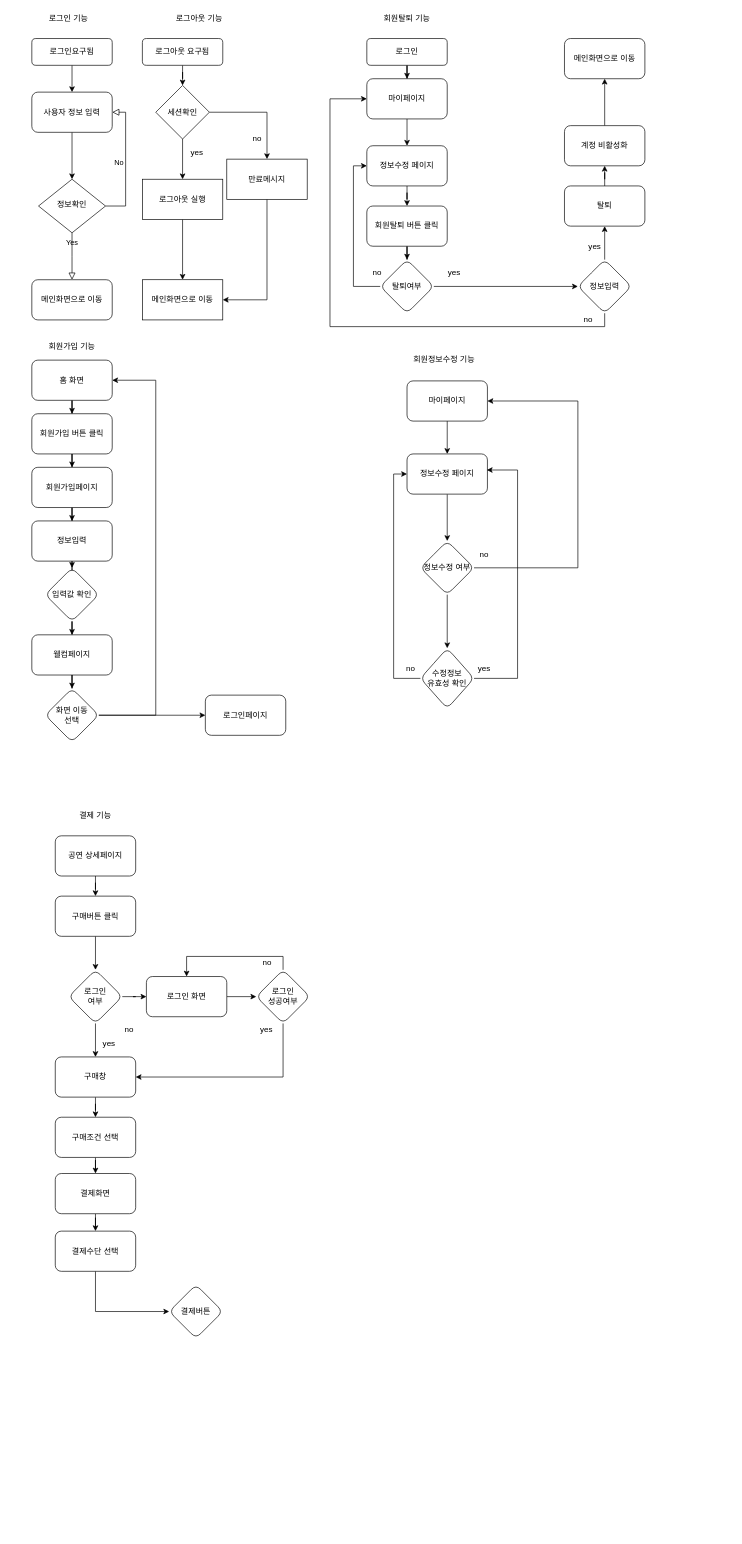
Earlier version of the draw.io diagram Untitled Diagram.drawio (dahun428/FOR2). Source tidied: cells renumbered, new cells numbered last; positions are measured from the earlier drawing's top-left corner, leaving out a move shared by most shapes. Both pictures are drawn from the tidied source at 67%, with x=0, y=0 at pixel (11, 11).
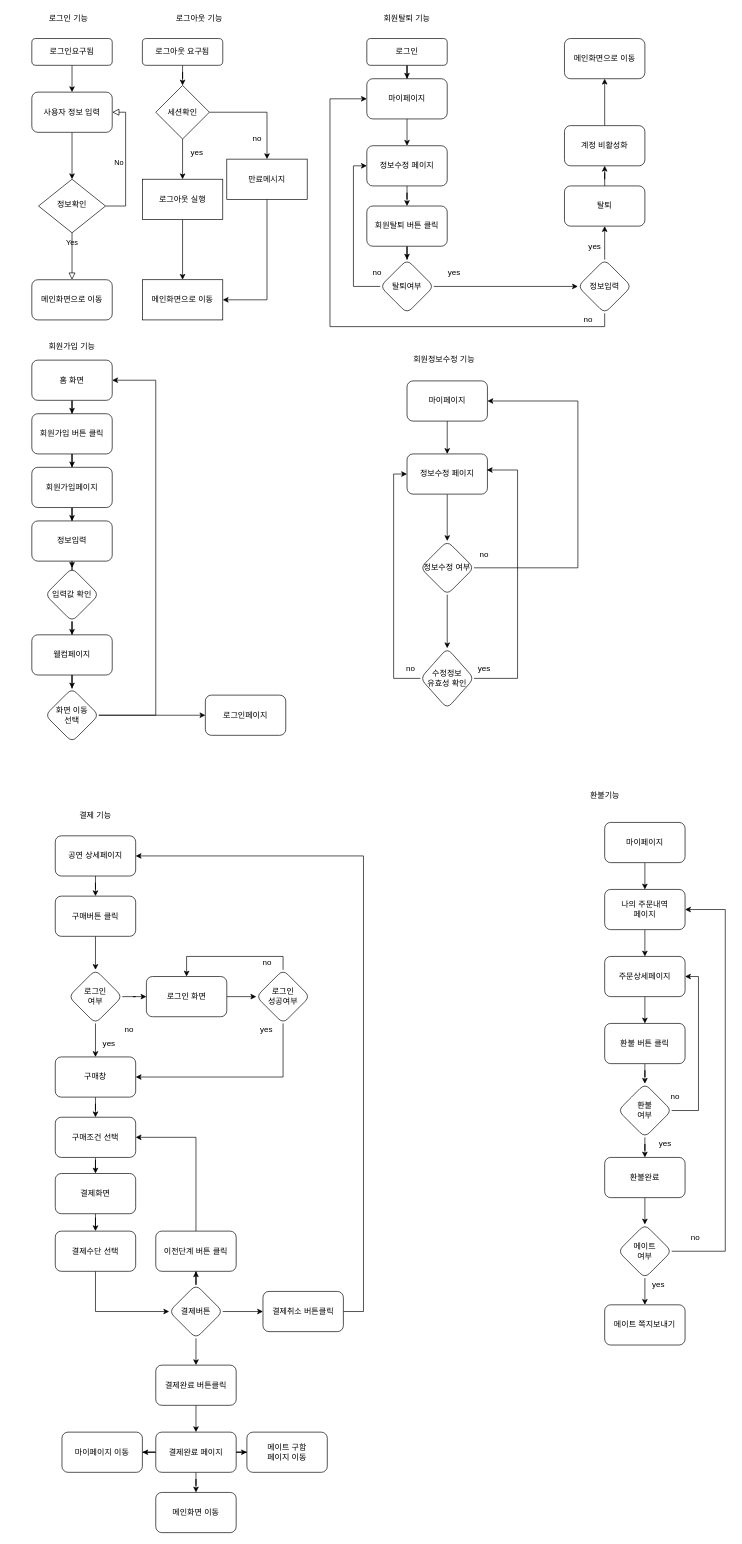
Above is the later version.

Unchanged cells that the change refers to:
```xml
<mxCell id="80" value="공연 상세페이지" style="rounded=1;whiteSpace=wrap;html=1;" parent="1" vertex="1">
  <mxGeometry x="65" y="1230" width="120" height="60" as="geometry" />
</mxCell>
<mxCell id="99" value="구매조건 선택" style="whiteSpace=wrap;html=1;rounded=1;" parent="1" vertex="1">
  <mxGeometry x="65" y="1650" width="120" height="60" as="geometry" />
</mxCell>
<mxCell id="104" value="결제버튼" style="rhombus;whiteSpace=wrap;html=1;rounded=1;" parent="1" vertex="1">
  <mxGeometry x="235" y="1900" width="80" height="80" as="geometry" />
</mxCell>
```

The edit, as a diff of the source:
```diff
@@
+    <mxCell id="105" style="edgeStyle=orthogonalEdgeStyle;rounded=0;jettySize=auto;html=1;" parent="1" edge="1" source="104" target="109">
+      <mxGeometry relative="1" as="geometry" />
+    </mxCell>
+    <mxCell id="106" style="edgeStyle=orthogonalEdgeStyle;rounded=0;jettySize=auto;html=1;" parent="1" edge="1" source="104" target="111">
+      <mxGeometry relative="1" as="geometry" />
+    </mxCell>
+    <mxCell id="107" style="edgeStyle=orthogonalEdgeStyle;rounded=0;jettySize=auto;html=1;" parent="1" edge="1" source="104" target="113">
+      <mxGeometry relative="1" as="geometry" />
+    </mxCell>
@@
+    <mxCell id="108" style="edgeStyle=orthogonalEdgeStyle;rounded=0;jettySize=auto;html=1;entryX=1;entryY=0.5;entryDx=0;entryDy=0;" parent="1" edge="1" source="109" target="99">
+      <mxGeometry relative="1" as="geometry">
+        <Array as="points">
+          <mxPoint x="275" y="1680" />
+        </Array>
+      </mxGeometry>
+    </mxCell>
+    <mxCell id="109" value="이전단계 버튼 클릭" style="whiteSpace=wrap;html=1;rounded=1;" parent="1" vertex="1">
+      <mxGeometry x="215" y="1820" width="120" height="60" as="geometry" />
+    </mxCell>
+    <mxCell id="110" style="edgeStyle=orthogonalEdgeStyle;rounded=0;jettySize=auto;html=1;entryX=1;entryY=0.5;entryDx=0;entryDy=0;" parent="1" edge="1" source="111" target="80">
+      <mxGeometry relative="1" as="geometry">
+        <Array as="points">
+          <mxPoint x="525" y="1940" />
+          <mxPoint x="525" y="1260" />
+        </Array>
+      </mxGeometry>
+    </mxCell>
+    <mxCell id="111" value="결제취소 버튼클릭" style="whiteSpace=wrap;html=1;rounded=1;" parent="1" vertex="1">
+      <mxGeometry x="375" y="1910" width="120" height="60" as="geometry" />
+    </mxCell>
+    <mxCell id="112" style="edgeStyle=orthogonalEdgeStyle;rounded=0;jettySize=auto;html=1;" parent="1" edge="1" source="113" target="117">
+      <mxGeometry relative="1" as="geometry" />
+    </mxCell>
+    <mxCell id="113" value="결제완료 버튼클릭" style="whiteSpace=wrap;html=1;rounded=1;" parent="1" vertex="1">
+      <mxGeometry x="215" y="2020" width="120" height="60" as="geometry" />
+    </mxCell>
+    <mxCell id="114" style="edgeStyle=orthogonalEdgeStyle;rounded=0;jettySize=auto;html=1;" parent="1" edge="1" source="117" target="118">
+      <mxGeometry relative="1" as="geometry" />
+    </mxCell>
+    <mxCell id="115" style="edgeStyle=orthogonalEdgeStyle;rounded=0;jettySize=auto;html=1;" parent="1" edge="1" source="117" target="119">
+      <mxGeometry relative="1" as="geometry" />
+    </mxCell>
+    <mxCell id="116" style="edgeStyle=orthogonalEdgeStyle;rounded=0;jettySize=auto;html=1;" parent="1" edge="1" source="117" target="120">
+      <mxGeometry relative="1" as="geometry" />
+    </mxCell>
+    <mxCell id="117" value="결제완료 페이지" style="whiteSpace=wrap;html=1;rounded=1;" parent="1" vertex="1">
+      <mxGeometry x="215" y="2120" width="120" height="60" as="geometry" />
+    </mxCell>
+    <mxCell id="118" value="마이페이지 이동" style="whiteSpace=wrap;html=1;rounded=1;" parent="1" vertex="1">
+      <mxGeometry x="75" y="2120" width="120" height="60" as="geometry" />
+    </mxCell>
+    <mxCell id="119" value="메인화면 이동" style="whiteSpace=wrap;html=1;rounded=1;" parent="1" vertex="1">
+      <mxGeometry x="215" y="2210" width="120" height="60" as="geometry" />
+    </mxCell>
+    <mxCell id="120" value="메이트 구함 &lt;br&gt;페이지 이동" style="whiteSpace=wrap;html=1;rounded=1;" parent="1" vertex="1">
+      <mxGeometry x="351" y="2120" width="120" height="60" as="geometry" />
+    </mxCell>
+    <mxCell id="121" value="환불기능" style="text;html=1;align=center;verticalAlign=middle;" parent="1" vertex="1">
+      <mxGeometry x="855" y="1160" width="60" height="20" as="geometry" />
+    </mxCell>
+    <mxCell id="122" style="edgeStyle=orthogonalEdgeStyle;rounded=0;jettySize=auto;html=1;" parent="1" edge="1" source="123" target="125">
+      <mxGeometry relative="1" as="geometry" />
+    </mxCell>
+    <mxCell id="123" value="마이페이지" style="rounded=1;whiteSpace=wrap;html=1;" parent="1" vertex="1">
+      <mxGeometry x="885" y="1210" width="120" height="60" as="geometry" />
+    </mxCell>
+    <mxCell id="124" style="edgeStyle=orthogonalEdgeStyle;rounded=0;jettySize=auto;html=1;" parent="1" edge="1" source="125" target="127">
+      <mxGeometry relative="1" as="geometry" />
+    </mxCell>
+    <mxCell id="125" value="나의 주문내역&lt;br&gt;페이지" style="whiteSpace=wrap;html=1;rounded=1;" parent="1" vertex="1">
+      <mxGeometry x="885" y="1310" width="120" height="60" as="geometry" />
+    </mxCell>
+    <mxCell id="126" style="edgeStyle=orthogonalEdgeStyle;rounded=0;jettySize=auto;html=1;" parent="1" edge="1" source="127" target="129">
+      <mxGeometry relative="1" as="geometry" />
+    </mxCell>
+    <mxCell id="127" value="주문상세페이지" style="whiteSpace=wrap;html=1;rounded=1;" parent="1" vertex="1">
+      <mxGeometry x="885" y="1410" width="120" height="60" as="geometry" />
+    </mxCell>
+    <mxCell id="128" style="edgeStyle=orthogonalEdgeStyle;rounded=0;jettySize=auto;html=1;" parent="1" edge="1" source="129" target="132">
+      <mxGeometry relative="1" as="geometry" />
+    </mxCell>
+    <mxCell id="129" value="환불 버튼 클릭" style="whiteSpace=wrap;html=1;rounded=1;" parent="1" vertex="1">
+      <mxGeometry x="885" y="1510" width="120" height="60" as="geometry" />
+    </mxCell>
+    <mxCell id="130" style="edgeStyle=orthogonalEdgeStyle;rounded=0;jettySize=auto;html=1;entryX=1;entryY=0.5;entryDx=0;entryDy=0;" parent="1" edge="1" source="132" target="127">
+      <mxGeometry relative="1" as="geometry">
+        <Array as="points">
+          <mxPoint x="1025" y="1640" />
+          <mxPoint x="1025" y="1440" />
+        </Array>
+      </mxGeometry>
+    </mxCell>
+    <mxCell id="131" style="edgeStyle=orthogonalEdgeStyle;rounded=0;jettySize=auto;html=1;" parent="1" edge="1" source="132" target="135">
+      <mxGeometry relative="1" as="geometry" />
+    </mxCell>
+    <mxCell id="132" value="환불&lt;br&gt;여부" style="rhombus;whiteSpace=wrap;html=1;rounded=1;" parent="1" vertex="1">
+      <mxGeometry x="905" y="1600" width="80" height="80" as="geometry" />
+    </mxCell>
+    <mxCell id="133" value="no" style="text;html=1;align=center;verticalAlign=middle;" parent="1" vertex="1">
+      <mxGeometry x="975" y="1610" width="30" height="20" as="geometry" />
+    </mxCell>
+    <mxCell id="134" style="edgeStyle=orthogonalEdgeStyle;rounded=0;jettySize=auto;html=1;" parent="1" edge="1" source="135" target="139">
+      <mxGeometry relative="1" as="geometry" />
+    </mxCell>
+    <mxCell id="135" value="환불완료" style="whiteSpace=wrap;html=1;rounded=1;" parent="1" vertex="1">
+      <mxGeometry x="885" y="1710" width="120" height="60" as="geometry" />
+    </mxCell>
+    <mxCell id="136" value="yes" style="text;html=1;align=center;verticalAlign=middle;" parent="1" vertex="1">
+      <mxGeometry x="960" y="1680" width="30" height="20" as="geometry" />
+    </mxCell>
+    <mxCell id="137" style="edgeStyle=orthogonalEdgeStyle;rounded=0;jettySize=auto;html=1;entryX=1;entryY=0.5;entryDx=0;entryDy=0;" parent="1" edge="1" source="139" target="125">
+      <mxGeometry relative="1" as="geometry">
+        <Array as="points">
+          <mxPoint x="1065" y="1850" />
+          <mxPoint x="1065" y="1340" />
+        </Array>
+      </mxGeometry>
+    </mxCell>
+    <mxCell id="138" style="edgeStyle=orthogonalEdgeStyle;rounded=0;jettySize=auto;html=1;" parent="1" edge="1" source="139" target="141">
+      <mxGeometry relative="1" as="geometry" />
+    </mxCell>
+    <mxCell id="139" value="메이트&lt;br&gt;여부" style="rhombus;whiteSpace=wrap;html=1;rounded=1;" parent="1" vertex="1">
+      <mxGeometry x="905" y="1810" width="80" height="80" as="geometry" />
+    </mxCell>
+    <mxCell id="140" value="no" style="text;html=1;align=center;verticalAlign=middle;" parent="1" vertex="1">
+      <mxGeometry x="1005" y="1820" width="30" height="20" as="geometry" />
+    </mxCell>
+    <mxCell id="141" value="메이트 쪽지보내기" style="whiteSpace=wrap;html=1;rounded=1;" parent="1" vertex="1">
+      <mxGeometry x="885" y="1930" width="120" height="60" as="geometry" />
+    </mxCell>
+    <mxCell id="142" value="yes" style="text;html=1;align=center;verticalAlign=middle;" parent="1" vertex="1">
+      <mxGeometry x="950" y="1890" width="30" height="20" as="geometry" />
+    </mxCell>
```
